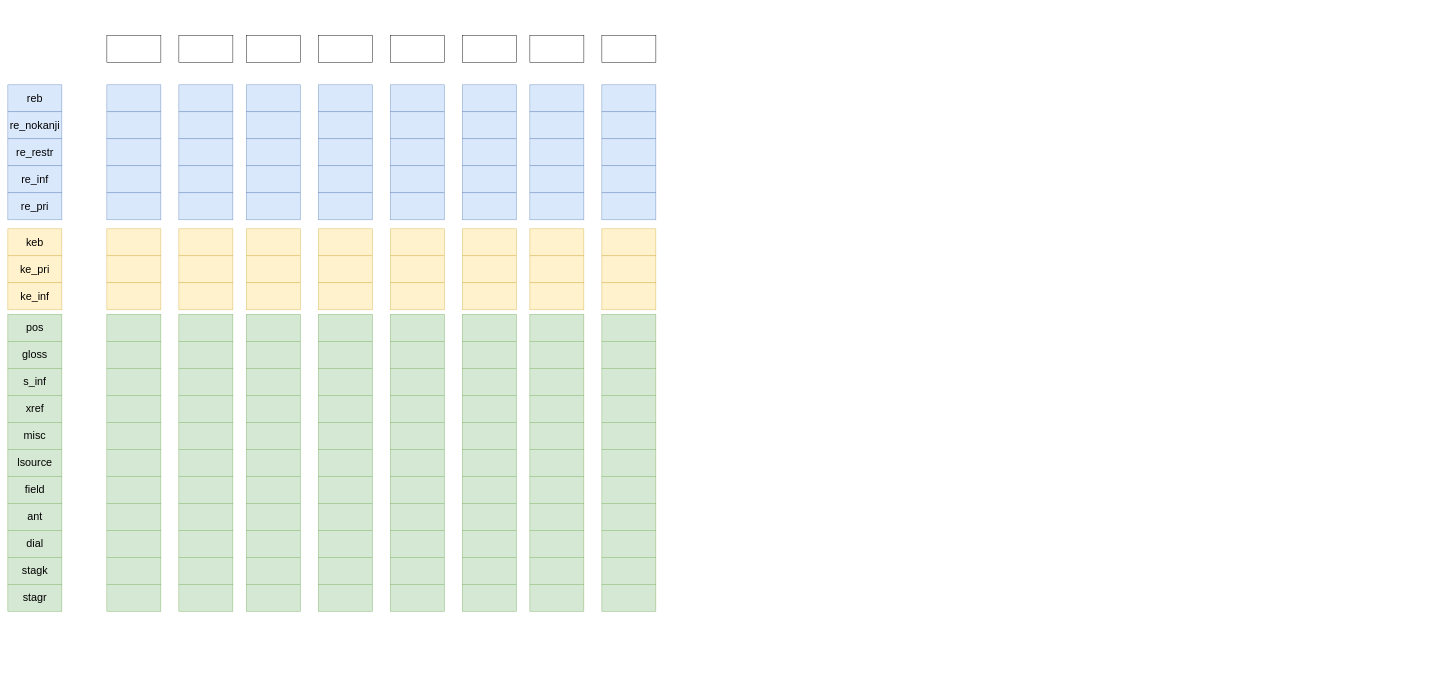
The draw.io diagram Data/JMDict/dictionary_list_reader.drawio in kylebrechin/JapaneseData, before the edit. Source tidied: cells renumbered, new cells numbered last; positions are measured from the earlier drawing's top-left corner, leaving out a move shared by most shapes. Both pictures are drawn from the tidied source at 45%, with x=0, y=0 at pixel (8, 35).
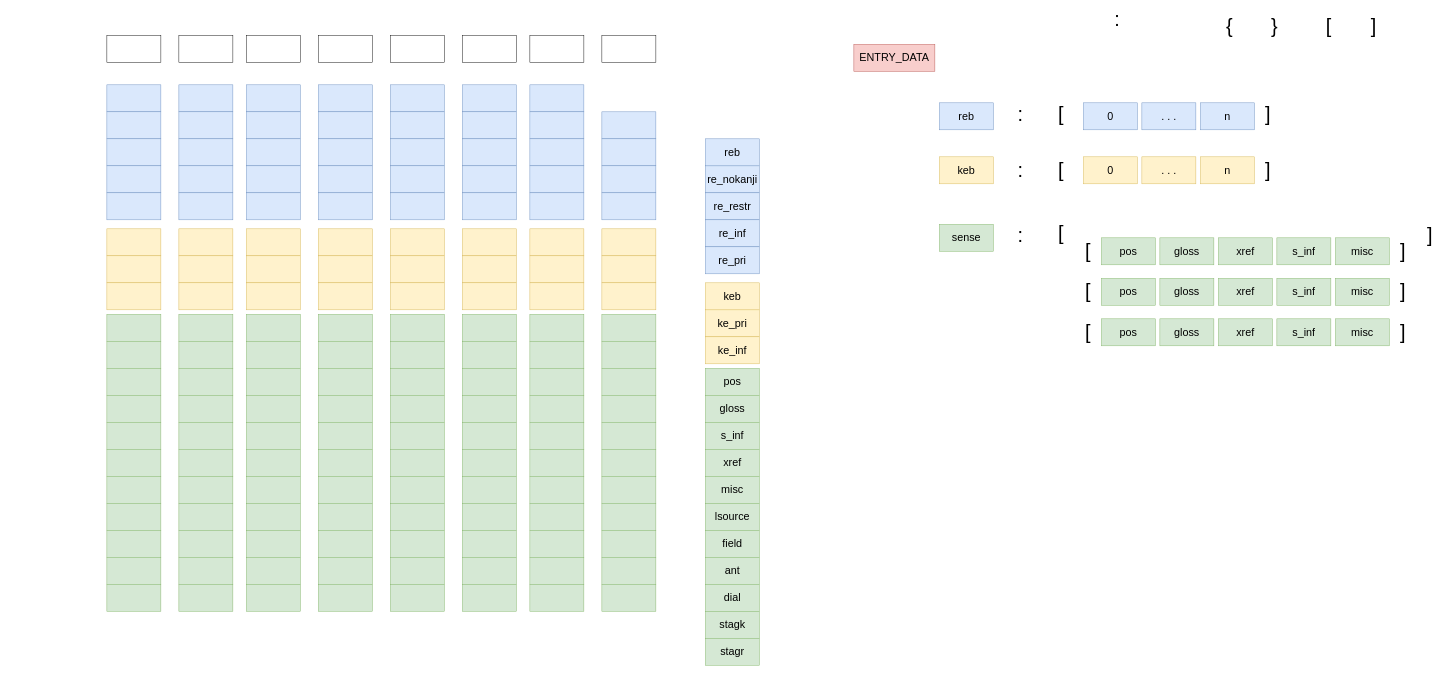
Above is the later version.

What changed in the source:
```diff
@@
     <mxCell id="2" value="reb" style="rounded=0;whiteSpace=wrap;html=1;hachureGap=4;fontSize=24;fillColor=#dae8fc;strokeColor=#6c8ebf;" parent="1" vertex="1">
-      <mxGeometry y="110" width="120" height="60" as="geometry" />
+      <mxGeometry x="2070" y="150" width="120" height="60" as="geometry" />
     </mxCell>
     <mxCell id="3" value="re_nokanji" style="rounded=0;whiteSpace=wrap;html=1;hachureGap=4;fontSize=24;fillColor=#dae8fc;strokeColor=#6c8ebf;" parent="1" vertex="1">
-      <mxGeometry y="170" width="120" height="60" as="geometry" />
+      <mxGeometry x="1550" y="290" width="120" height="60" as="geometry" />
     </mxCell>
     <mxCell id="4" value="re_restr" style="rounded=0;whiteSpace=wrap;html=1;hachureGap=4;fontSize=24;fillColor=#dae8fc;strokeColor=#6c8ebf;" parent="1" vertex="1">
-      <mxGeometry y="230" width="120" height="60" as="geometry" />
+      <mxGeometry x="1550" y="350" width="120" height="60" as="geometry" />
     </mxCell>
     <mxCell id="5" value="re_inf" style="rounded=0;whiteSpace=wrap;html=1;hachureGap=4;fontSize=24;fillColor=#dae8fc;strokeColor=#6c8ebf;" parent="1" vertex="1">
-      <mxGeometry y="290" width="120" height="60" as="geometry" />
+      <mxGeometry x="1550" y="410" width="120" height="60" as="geometry" />
     </mxCell>
     <mxCell id="6" value="keb" style="rounded=0;whiteSpace=wrap;html=1;hachureGap=4;fontSize=24;fillColor=#fff2cc;strokeColor=#d6b656;" parent="1" vertex="1">
-      <mxGeometry y="430" width="120" height="60" as="geometry" />
+      <mxGeometry x="2070" y="270" width="120" height="60" as="geometry" />
     </mxCell>
     <mxCell id="7" value="ke_pri" style="rounded=0;whiteSpace=wrap;html=1;hachureGap=4;fontSize=24;fillColor=#fff2cc;strokeColor=#d6b656;" parent="1" vertex="1">
-      <mxGeometry y="490" width="120" height="60" as="geometry" />
+      <mxGeometry x="1550" y="610" width="120" height="60" as="geometry" />
     </mxCell>
     <mxCell id="8" value="ke_inf" style="rounded=0;whiteSpace=wrap;html=1;hachureGap=4;fontSize=24;fillColor=#fff2cc;strokeColor=#d6b656;" parent="1" vertex="1">
-      <mxGeometry y="550" width="120" height="60" as="geometry" />
+      <mxGeometry x="1550" y="670" width="120" height="60" as="geometry" />
     </mxCell>
     <mxCell id="9" value="re_pri" style="rounded=0;whiteSpace=wrap;html=1;hachureGap=4;fontSize=24;fillColor=#dae8fc;strokeColor=#6c8ebf;" parent="1" vertex="1">
-      <mxGeometry y="350" width="120" height="60" as="geometry" />
+      <mxGeometry x="1550" y="470" width="120" height="60" as="geometry" />
     </mxCell>
     <mxCell id="10" value="pos" style="rounded=0;whiteSpace=wrap;html=1;hachureGap=4;fontSize=24;fillColor=#d5e8d4;strokeColor=#82b366;" parent="1" vertex="1">
-      <mxGeometry y="620" width="120" height="60" as="geometry" />
+      <mxGeometry x="1550" y="740" width="120" height="60" as="geometry" />
     </mxCell>
     <mxCell id="11" value="gloss" style="rounded=0;whiteSpace=wrap;html=1;hachureGap=4;fontSize=24;fillColor=#d5e8d4;strokeColor=#82b366;" parent="1" vertex="1">
-      <mxGeometry y="680" width="120" height="60" as="geometry" />
+      <mxGeometry x="1550" y="800" width="120" height="60" as="geometry" />
     </mxCell>
     <mxCell id="12" value="s_inf" style="rounded=0;whiteSpace=wrap;html=1;hachureGap=4;fontSize=24;fillColor=#d5e8d4;strokeColor=#82b366;" parent="1" vertex="1">
-      <mxGeometry y="740" width="120" height="60" as="geometry" />
+      <mxGeometry x="1550" y="860" width="120" height="60" as="geometry" />
     </mxCell>
     <mxCell id="13" value="xref" style="rounded=0;whiteSpace=wrap;html=1;hachureGap=4;fontSize=24;fillColor=#d5e8d4;strokeColor=#82b366;" parent="1" vertex="1">
-      <mxGeometry y="800" width="120" height="60" as="geometry" />
+      <mxGeometry x="1550" y="920" width="120" height="60" as="geometry" />
     </mxCell>
     <mxCell id="14" value="misc" style="rounded=0;whiteSpace=wrap;html=1;hachureGap=4;fontSize=24;fillColor=#d5e8d4;strokeColor=#82b366;" parent="1" vertex="1">
-      <mxGeometry y="860" width="120" height="60" as="geometry" />
+      <mxGeometry x="1550" y="980" width="120" height="60" as="geometry" />
     </mxCell>
     <mxCell id="15" value="lsource" style="rounded=0;whiteSpace=wrap;html=1;hachureGap=4;fontSize=24;fillColor=#d5e8d4;strokeColor=#82b366;" parent="1" vertex="1">
-      <mxGeometry y="920" width="120" height="60" as="geometry" />
+      <mxGeometry x="1550" y="1040" width="120" height="60" as="geometry" />
     </mxCell>
     <mxCell id="16" value="field" style="rounded=0;whiteSpace=wrap;html=1;hachureGap=4;fontSize=24;fillColor=#d5e8d4;strokeColor=#82b366;" parent="1" vertex="1">
-      <mxGeometry y="980" width="120" height="60" as="geometry" />
+      <mxGeometry x="1550" y="1100" width="120" height="60" as="geometry" />
     </mxCell>
     <mxCell id="17" value="ant" style="rounded=0;whiteSpace=wrap;html=1;hachureGap=4;fontSize=24;fillColor=#d5e8d4;strokeColor=#82b366;" parent="1" vertex="1">
-      <mxGeometry y="1040" width="120" height="60" as="geometry" />
+      <mxGeometry x="1550" y="1160" width="120" height="60" as="geometry" />
     </mxCell>
     <mxCell id="18" value="dial" style="rounded=0;whiteSpace=wrap;html=1;hachureGap=4;fontSize=24;fillColor=#d5e8d4;strokeColor=#82b366;" parent="1" vertex="1">
-      <mxGeometry y="1100" width="120" height="60" as="geometry" />
+      <mxGeometry x="1550" y="1220" width="120" height="60" as="geometry" />
     </mxCell>
     <mxCell id="19" value="stagk" style="rounded=0;whiteSpace=wrap;html=1;hachureGap=4;fontSize=24;fillColor=#d5e8d4;strokeColor=#82b366;" parent="1" vertex="1">
-      <mxGeometry y="1160" width="120" height="60" as="geometry" />
+      <mxGeometry x="1550" y="1280" width="120" height="60" as="geometry" />
     </mxCell>
     <mxCell id="20" value="stagr" style="rounded=0;whiteSpace=wrap;html=1;hachureGap=4;fontSize=24;fillColor=#d5e8d4;strokeColor=#82b366;" parent="1" vertex="1">
-      <mxGeometry y="1220" width="120" height="60" as="geometry" />
+      <mxGeometry x="1550" y="1340" width="120" height="60" as="geometry" />
     </mxCell>
@@
-    <mxCell id="154" style="rounded=0;whiteSpace=wrap;html=1;hachureGap=4;fontSize=24;fillColor=#dae8fc;strokeColor=#6c8ebf;" parent="1" vertex="1">
-      <mxGeometry x="1320" y="110" width="120" height="60" as="geometry" />
+    <mxCell id="154" value="0" style="rounded=0;whiteSpace=wrap;html=1;hachureGap=4;fontSize=24;fillColor=#dae8fc;strokeColor=#6c8ebf;" parent="1" vertex="1">
+      <mxGeometry x="2390" y="150" width="120" height="60" as="geometry" />
     </mxCell>
@@
+    <mxCell id="181" value=":" style="text;html=1;strokeColor=none;fillColor=none;align=center;verticalAlign=middle;whiteSpace=wrap;rounded=0;hachureGap=4;fontSize=44;" parent="1" vertex="1">
+      <mxGeometry x="2455" y="-50" width="20" height="30" as="geometry" />
+    </mxCell>
+    <mxCell id="182" value="{" style="text;html=1;strokeColor=none;fillColor=none;align=center;verticalAlign=middle;whiteSpace=wrap;rounded=0;hachureGap=4;fontSize=44;" parent="1" vertex="1">
+      <mxGeometry x="2695" y="-50" width="40" height="60" as="geometry" />
+    </mxCell>
+    <mxCell id="183" value="}" style="text;html=1;strokeColor=none;fillColor=none;align=center;verticalAlign=middle;whiteSpace=wrap;rounded=0;hachureGap=4;fontSize=44;" parent="1" vertex="1">
+      <mxGeometry x="2795" y="-50" width="40" height="60" as="geometry" />
+    </mxCell>
+    <mxCell id="184" value="[" style="text;html=1;strokeColor=none;fillColor=none;align=center;verticalAlign=middle;whiteSpace=wrap;rounded=0;hachureGap=4;fontSize=44;" parent="1" vertex="1">
+      <mxGeometry x="2915" y="-50" width="40" height="60" as="geometry" />
+    </mxCell>
+    <mxCell id="185" value="]" style="text;html=1;strokeColor=none;fillColor=none;align=center;verticalAlign=middle;whiteSpace=wrap;rounded=0;hachureGap=4;fontSize=44;" parent="1" vertex="1">
+      <mxGeometry x="3015" y="-50" width="40" height="60" as="geometry" />
+    </mxCell>
+    <mxCell id="186" value=":" style="text;html=1;strokeColor=none;fillColor=none;align=center;verticalAlign=middle;whiteSpace=wrap;rounded=0;hachureGap=4;fontSize=44;" parent="1" vertex="1">
+      <mxGeometry x="2240" y="160" width="20" height="30" as="geometry" />
+    </mxCell>
+    <mxCell id="187" value="[" style="text;html=1;strokeColor=none;fillColor=none;align=center;verticalAlign=middle;whiteSpace=wrap;rounded=0;hachureGap=4;fontSize=44;" parent="1" vertex="1">
+      <mxGeometry x="2320" y="145" width="40" height="60" as="geometry" />
+    </mxCell>
+    <mxCell id="188" value="]" style="text;html=1;strokeColor=none;fillColor=none;align=center;verticalAlign=middle;whiteSpace=wrap;rounded=0;hachureGap=4;fontSize=44;" parent="1" vertex="1">
+      <mxGeometry x="2780" y="145" width="40" height="60" as="geometry" />
+    </mxCell>
+    <mxCell id="189" value=". . ." style="rounded=0;whiteSpace=wrap;html=1;hachureGap=4;fontSize=24;fillColor=#dae8fc;strokeColor=#6c8ebf;" parent="1" vertex="1">
+      <mxGeometry x="2520" y="150" width="120" height="60" as="geometry" />
+    </mxCell>
+    <mxCell id="190" value="n" style="rounded=0;whiteSpace=wrap;html=1;hachureGap=4;fontSize=24;fillColor=#dae8fc;strokeColor=#6c8ebf;" parent="1" vertex="1">
+      <mxGeometry x="2650" y="150" width="120" height="60" as="geometry" />
+    </mxCell>
+    <mxCell id="191" value=":" style="text;html=1;strokeColor=none;fillColor=none;align=center;verticalAlign=middle;whiteSpace=wrap;rounded=0;hachureGap=4;fontSize=44;" parent="1" vertex="1">
+      <mxGeometry x="2240" y="285" width="20" height="30" as="geometry" />
+    </mxCell>
+    <mxCell id="192" value="[" style="text;html=1;strokeColor=none;fillColor=none;align=center;verticalAlign=middle;whiteSpace=wrap;rounded=0;hachureGap=4;fontSize=44;" parent="1" vertex="1">
+      <mxGeometry x="2320" y="270" width="40" height="60" as="geometry" />
+    </mxCell>
+    <mxCell id="193" value="0" style="rounded=0;whiteSpace=wrap;html=1;hachureGap=4;fontSize=24;fillColor=#fff2cc;strokeColor=#d6b656;" parent="1" vertex="1">
+      <mxGeometry x="2390" y="270" width="120" height="60" as="geometry" />
+    </mxCell>
+    <mxCell id="194" value=". . ." style="rounded=0;whiteSpace=wrap;html=1;hachureGap=4;fontSize=24;fillColor=#fff2cc;strokeColor=#d6b656;" parent="1" vertex="1">
+      <mxGeometry x="2520" y="270" width="120" height="60" as="geometry" />
+    </mxCell>
+    <mxCell id="195" value="n" style="rounded=0;whiteSpace=wrap;html=1;hachureGap=4;fontSize=24;fillColor=#fff2cc;strokeColor=#d6b656;" parent="1" vertex="1">
+      <mxGeometry x="2650" y="270" width="120" height="60" as="geometry" />
+    </mxCell>
+    <mxCell id="196" value="]" style="text;html=1;strokeColor=none;fillColor=none;align=center;verticalAlign=middle;whiteSpace=wrap;rounded=0;hachureGap=4;fontSize=44;" parent="1" vertex="1">
+      <mxGeometry x="2780" y="270" width="40" height="60" as="geometry" />
+    </mxCell>
+    <mxCell id="197" value="reb" style="rounded=0;whiteSpace=wrap;html=1;hachureGap=4;fontSize=24;fillColor=#dae8fc;strokeColor=#6c8ebf;" parent="1" vertex="1">
+      <mxGeometry x="1550" y="230" width="120" height="60" as="geometry" />
+    </mxCell>
+    <mxCell id="198" value="keb" style="rounded=0;whiteSpace=wrap;html=1;hachureGap=4;fontSize=24;fillColor=#fff2cc;strokeColor=#d6b656;" parent="1" vertex="1">
+      <mxGeometry x="1550" y="550" width="120" height="60" as="geometry" />
+    </mxCell>
+    <mxCell id="199" value="sense" style="rounded=0;whiteSpace=wrap;html=1;hachureGap=4;fontSize=24;fillColor=#d5e8d4;strokeColor=#82b366;" parent="1" vertex="1">
+      <mxGeometry x="2070" y="420" width="120" height="60" as="geometry" />
+    </mxCell>
+    <mxCell id="200" value=":" style="text;html=1;strokeColor=none;fillColor=none;align=center;verticalAlign=middle;whiteSpace=wrap;rounded=0;hachureGap=4;fontSize=44;" parent="1" vertex="1">
+      <mxGeometry x="2240" y="430" width="20" height="30" as="geometry" />
+    </mxCell>
+    <mxCell id="201" value="[" style="text;html=1;strokeColor=none;fillColor=none;align=center;verticalAlign=middle;whiteSpace=wrap;rounded=0;hachureGap=4;fontSize=44;" parent="1" vertex="1">
+      <mxGeometry x="2320" y="410" width="40" height="60" as="geometry" />
+    </mxCell>
+    <mxCell id="202" value="[" style="text;html=1;strokeColor=none;fillColor=none;align=center;verticalAlign=middle;whiteSpace=wrap;rounded=0;hachureGap=4;fontSize=44;" parent="1" vertex="1">
+      <mxGeometry x="2380" y="450" width="40" height="60" as="geometry" />
+    </mxCell>
+    <mxCell id="203" value="]" style="text;html=1;strokeColor=none;fillColor=none;align=center;verticalAlign=middle;whiteSpace=wrap;rounded=0;hachureGap=4;fontSize=44;" parent="1" vertex="1">
+      <mxGeometry x="3080" y="450" width="40" height="60" as="geometry" />
+    </mxCell>
+    <mxCell id="204" value="]" style="text;html=1;strokeColor=none;fillColor=none;align=center;verticalAlign=middle;whiteSpace=wrap;rounded=0;hachureGap=4;fontSize=44;" parent="1" vertex="1">
+      <mxGeometry x="3140" y="415" width="40" height="60" as="geometry" />
+    </mxCell>
+    <mxCell id="205" value="gloss" style="rounded=0;whiteSpace=wrap;html=1;hachureGap=4;fontSize=24;fillColor=#d5e8d4;strokeColor=#82b366;" parent="1" vertex="1">
+      <mxGeometry x="2560" y="450" width="120" height="60" as="geometry" />
+    </mxCell>
+    <mxCell id="206" value="pos" style="rounded=0;whiteSpace=wrap;html=1;hachureGap=4;fontSize=24;fillColor=#d5e8d4;strokeColor=#82b366;" parent="1" vertex="1">
+      <mxGeometry x="2430" y="450" width="120" height="60" as="geometry" />
+    </mxCell>
+    <mxCell id="207" value="xref" style="rounded=0;whiteSpace=wrap;html=1;hachureGap=4;fontSize=24;fillColor=#d5e8d4;strokeColor=#82b366;" parent="1" vertex="1">
+      <mxGeometry x="2690" y="450" width="120" height="60" as="geometry" />
+    </mxCell>
+    <mxCell id="208" value="s_inf" style="rounded=0;whiteSpace=wrap;html=1;hachureGap=4;fontSize=24;fillColor=#d5e8d4;strokeColor=#82b366;" parent="1" vertex="1">
+      <mxGeometry x="2820" y="450" width="120" height="60" as="geometry" />
+    </mxCell>
+    <mxCell id="209" value="[" style="text;html=1;strokeColor=none;fillColor=none;align=center;verticalAlign=middle;whiteSpace=wrap;rounded=0;hachureGap=4;fontSize=44;" parent="1" vertex="1">
+      <mxGeometry x="2380" y="540" width="40" height="60" as="geometry" />
+    </mxCell>
+    <mxCell id="210" value="]" style="text;html=1;strokeColor=none;fillColor=none;align=center;verticalAlign=middle;whiteSpace=wrap;rounded=0;hachureGap=4;fontSize=44;" parent="1" vertex="1">
+      <mxGeometry x="3080" y="540" width="40" height="60" as="geometry" />
+    </mxCell>
+    <mxCell id="211" value="gloss" style="rounded=0;whiteSpace=wrap;html=1;hachureGap=4;fontSize=24;fillColor=#d5e8d4;strokeColor=#82b366;" parent="1" vertex="1">
+      <mxGeometry x="2560" y="540" width="120" height="60" as="geometry" />
+    </mxCell>
+    <mxCell id="212" value="pos" style="rounded=0;whiteSpace=wrap;html=1;hachureGap=4;fontSize=24;fillColor=#d5e8d4;strokeColor=#82b366;" parent="1" vertex="1">
+      <mxGeometry x="2430" y="540" width="120" height="60" as="geometry" />
+    </mxCell>
+    <mxCell id="213" value="xref" style="rounded=0;whiteSpace=wrap;html=1;hachureGap=4;fontSize=24;fillColor=#d5e8d4;strokeColor=#82b366;" parent="1" vertex="1">
+      <mxGeometry x="2690" y="540" width="120" height="60" as="geometry" />
+    </mxCell>
+    <mxCell id="214" value="s_inf" style="rounded=0;whiteSpace=wrap;html=1;hachureGap=4;fontSize=24;fillColor=#d5e8d4;strokeColor=#82b366;" parent="1" vertex="1">
+      <mxGeometry x="2820" y="540" width="120" height="60" as="geometry" />
+    </mxCell>
+    <mxCell id="215" value="[" style="text;html=1;strokeColor=none;fillColor=none;align=center;verticalAlign=middle;whiteSpace=wrap;rounded=0;hachureGap=4;fontSize=44;" parent="1" vertex="1">
+      <mxGeometry x="2380" y="630" width="40" height="60" as="geometry" />
+    </mxCell>
+    <mxCell id="216" value="]" style="text;html=1;strokeColor=none;fillColor=none;align=center;verticalAlign=middle;whiteSpace=wrap;rounded=0;hachureGap=4;fontSize=44;" parent="1" vertex="1">
+      <mxGeometry x="3080" y="630" width="40" height="60" as="geometry" />
+    </mxCell>
+    <mxCell id="217" value="gloss" style="rounded=0;whiteSpace=wrap;html=1;hachureGap=4;fontSize=24;fillColor=#d5e8d4;strokeColor=#82b366;" parent="1" vertex="1">
+      <mxGeometry x="2560" y="630" width="120" height="60" as="geometry" />
+    </mxCell>
+    <mxCell id="218" value="pos" style="rounded=0;whiteSpace=wrap;html=1;hachureGap=4;fontSize=24;fillColor=#d5e8d4;strokeColor=#82b366;" parent="1" vertex="1">
+      <mxGeometry x="2430" y="630" width="120" height="60" as="geometry" />
+    </mxCell>
+    <mxCell id="219" value="xref" style="rounded=0;whiteSpace=wrap;html=1;hachureGap=4;fontSize=24;fillColor=#d5e8d4;strokeColor=#82b366;" parent="1" vertex="1">
+      <mxGeometry x="2690" y="630" width="120" height="60" as="geometry" />
+    </mxCell>
+    <mxCell id="220" value="s_inf" style="rounded=0;whiteSpace=wrap;html=1;hachureGap=4;fontSize=24;fillColor=#d5e8d4;strokeColor=#82b366;" parent="1" vertex="1">
+      <mxGeometry x="2820" y="630" width="120" height="60" as="geometry" />
+    </mxCell>
+    <mxCell id="221" value="misc" style="rounded=0;whiteSpace=wrap;html=1;hachureGap=4;fontSize=24;fillColor=#d5e8d4;strokeColor=#82b366;" parent="1" vertex="1">
+      <mxGeometry x="2950" y="630" width="120" height="60" as="geometry" />
+    </mxCell>
+    <mxCell id="222" value="misc" style="rounded=0;whiteSpace=wrap;html=1;hachureGap=4;fontSize=24;fillColor=#d5e8d4;strokeColor=#82b366;" parent="1" vertex="1">
+      <mxGeometry x="2950" y="540" width="120" height="60" as="geometry" />
+    </mxCell>
+    <mxCell id="223" value="misc" style="rounded=0;whiteSpace=wrap;html=1;hachureGap=4;fontSize=24;fillColor=#d5e8d4;strokeColor=#82b366;" parent="1" vertex="1">
+      <mxGeometry x="2950" y="450" width="120" height="60" as="geometry" />
+    </mxCell>
+    <mxCell id="224" value="ENTRY_DATA" style="rounded=0;whiteSpace=wrap;html=1;hachureGap=4;fontSize=24;fillColor=#f8cecc;strokeColor=#b85450;" parent="1" vertex="1">
+      <mxGeometry x="1880" y="20" width="180" height="60" as="geometry" />
+    </mxCell>
```
